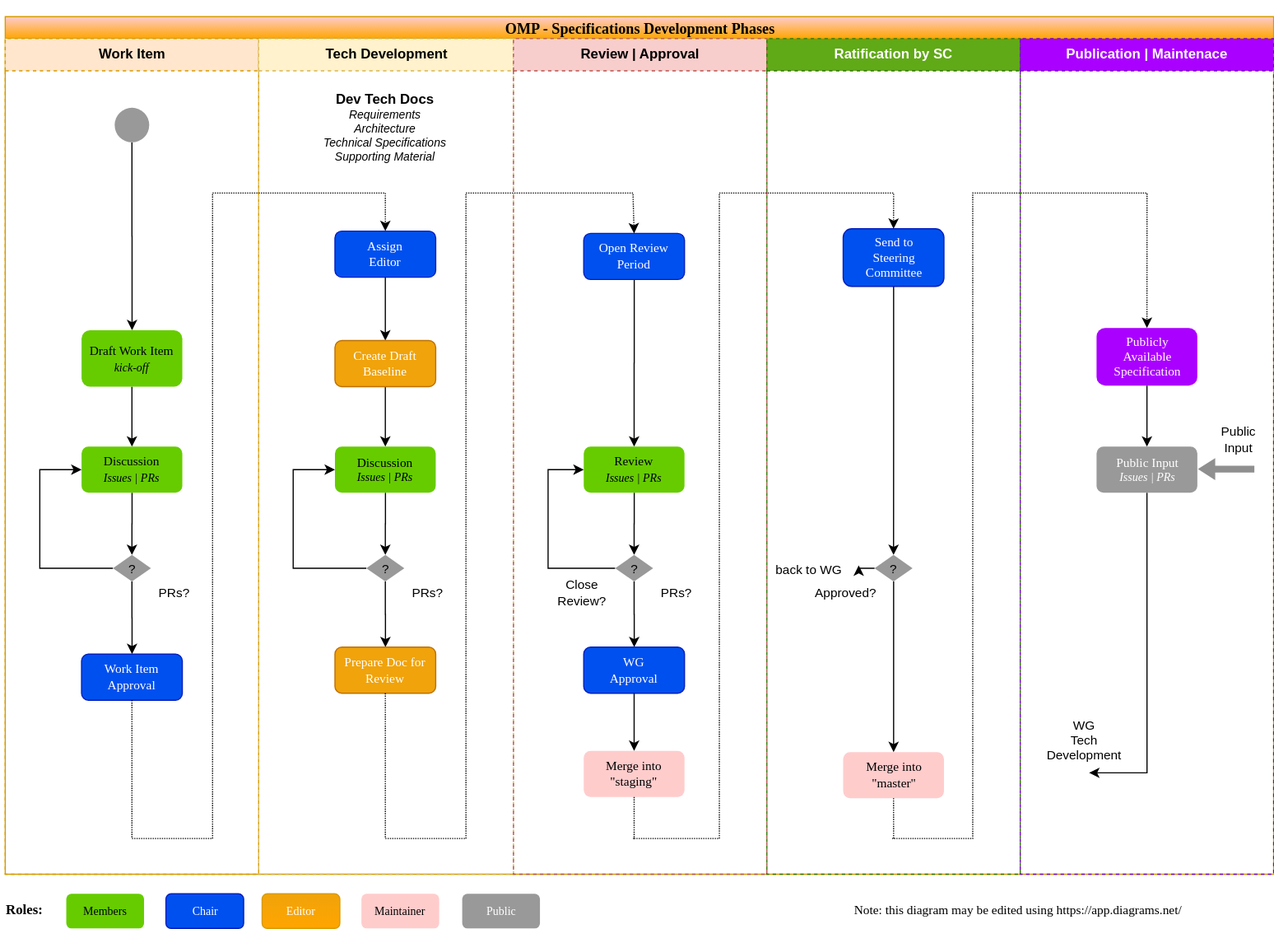
Before: images/omp-dev-process.svg, a diagram exported from draw.io (pawanpurbey/rules_of_engagement). Source tidied: cells renumbered, new cells last; positions are measured from the earlier drawing's top-left corner, leaving out a move shared by most shapes.
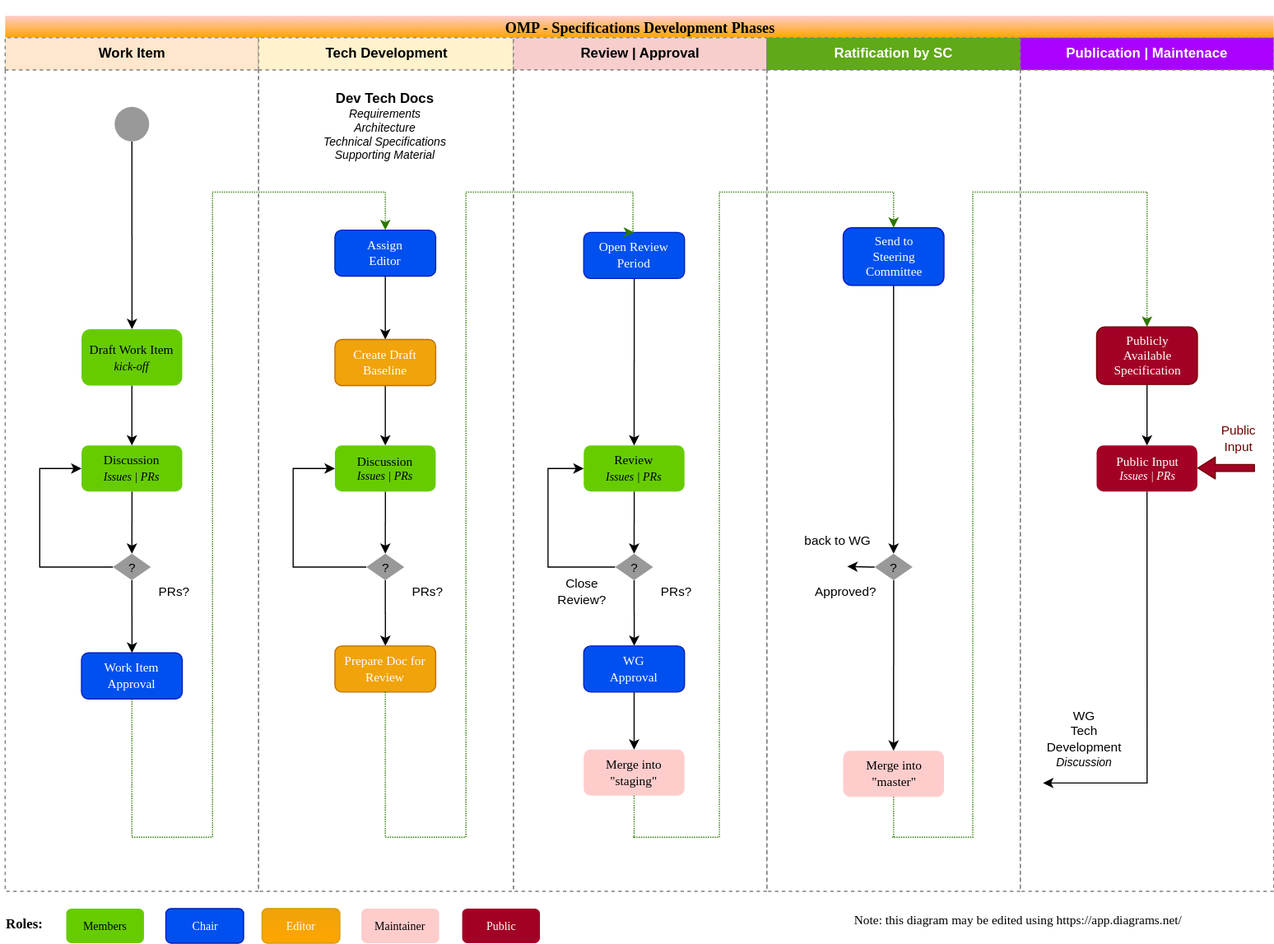
Later version of the same file.

Commit message:
update to omp development process diagram

The edit, as a diff of the source:
```diff
@@ -4,12 +4,16 @@
     <mxCell id="1" parent="0" />
     <mxCell id="2" style="edgeStyle=orthogonalEdgeStyle;rounded=0;jettySize=auto;html=1;exitX=0;exitY=0.5;exitDx=0;exitDy=0;fontSize=11;" parent="1" edge="1" source="57">
       <mxGeometry relative="1" as="geometry">
-        <mxPoint x="744" y="476" as="targetPoint" />
+        <mxPoint x="734" y="468" as="targetPoint" />
+        <Array as="points">
+          <mxPoint x="754" y="468" />
+          <mxPoint x="734" y="468" />
+        </Array>
       </mxGeometry>
     </mxCell>
     <mxCell id="3" style="edgeStyle=orthogonalEdgeStyle;rounded=0;jettySize=auto;html=1;exitX=0.5;exitY=1;exitDx=0;exitDy=0;fontSize=11;" parent="1" edge="1" source="65">
       <mxGeometry relative="1" as="geometry">
-        <mxPoint x="944" y="656" as="targetPoint" />
+        <mxPoint x="904" y="656" as="targetPoint" />
         <Array as="points">
           <mxPoint x="994" y="656" />
         </Array>
@@ -22,13 +26,13 @@
       <mxGeometry x="524" y="546" width="40" height="20" as="geometry" />
     </mxCell>
     <mxCell id="6" value="&lt;font style=&quot;font-size: 12px&quot;&gt;&lt;b&gt;Roles:&lt;/b&gt;&lt;/font&gt;" style="text;html=1;strokeColor=none;fillColor=none;align=center;verticalAlign=middle;whiteSpace=wrap;rounded=0;shadow=0;fontFamily=Verdana;fontSize=11;" parent="1" vertex="1">
-      <mxGeometry y="765" width="40" height="20" as="geometry" />
+      <mxGeometry y="769" width="40" height="20" as="geometry" />
     </mxCell>
-    <mxCell id="7" value="&lt;div&gt;&lt;font style=&quot;font-size: 13px&quot;&gt;&lt;br&gt;&lt;/font&gt;&lt;/div&gt;&lt;div&gt;&lt;font style=&quot;font-size: 13px&quot;&gt;OMP - Specifications Development Phases&lt;br&gt;&lt;/font&gt;&lt;/div&gt;&lt;div&gt;&lt;font style=&quot;font-size: 13px&quot;&gt;&lt;br&gt;&lt;/font&gt;&lt;/div&gt;" style="swimlane;html=1;startSize=19;rounded=0;shadow=0;labelBackgroundColor=none;strokeWidth=1;fontFamily=Verdana;fontSize=8;align=center;verticalAlign=middle;horizontal=1;fillColor=#FFCCCC;gradientColor=#ffa500;strokeColor=#d79b00;" parent="1" vertex="1">
-      <mxGeometry x="3" width="1101.2" height="744" as="geometry" />
+    <mxCell id="7" value="&lt;div&gt;&lt;font style=&quot;font-size: 13px&quot;&gt;&lt;br&gt;&lt;/font&gt;&lt;/div&gt;&lt;div&gt;&lt;font style=&quot;font-size: 13px&quot;&gt;OMP - Specifications Development Phases&lt;br&gt;&lt;/font&gt;&lt;/div&gt;&lt;div&gt;&lt;font style=&quot;font-size: 13px&quot;&gt;&lt;br&gt;&lt;/font&gt;&lt;/div&gt;" style="swimlane;html=1;startSize=19;rounded=0;shadow=0;labelBackgroundColor=none;strokeWidth=1;fontFamily=Verdana;fontSize=8;align=center;verticalAlign=middle;horizontal=1;fillColor=#FFCCCC;gradientColor=#ffa500;strokeColor=none;" parent="1" vertex="1">
+      <mxGeometry x="3" y="-10" width="1101.2" height="760" as="geometry" />
     </mxCell>
-    <mxCell id="8" value="Work Item" style="swimlane;html=1;startSize=28;dashed=1;strokeColor=#d79b00;fillColor=#ffe6cc;" parent="7" vertex="1">
-      <mxGeometry y="19" width="220" height="725" as="geometry" />
+    <mxCell id="8" value="Work Item" style="swimlane;html=1;startSize=28;dashed=1;strokeColor=#808080;fillColor=#ffe6cc;" parent="7" vertex="1">
+      <mxGeometry y="19" width="220" height="741" as="geometry" />
     </mxCell>
     <mxCell id="9" style="edgeStyle=orthogonalEdgeStyle;rounded=0;jettySize=auto;html=1;exitX=0;exitY=0.5;exitDx=0;exitDy=0;entryX=0;entryY=0.5;entryDx=0;entryDy=0;fontSize=11;" parent="8" edge="1" source="20" target="18">
       <mxGeometry relative="1" as="geometry">
@@ -51,7 +55,7 @@
       <mxGeometry relative="1" as="geometry" />
     </mxCell>
     <mxCell id="14" value="&lt;font style=&quot;font-size: 10px&quot;&gt;Members&lt;/font&gt;" style="rounded=1;whiteSpace=wrap;html=1;shadow=0;labelBackgroundColor=none;strokeWidth=1;fontFamily=Verdana;fontSize=8;align=center;fillColor=#66CC00;strokeColor=none;" parent="8" vertex="1">
-      <mxGeometry x="53" y="742" width="67.5" height="30" as="geometry" />
+      <mxGeometry x="53" y="756" width="67.5" height="30" as="geometry" />
     </mxCell>
     <mxCell id="15" style="ellipse;whiteSpace=wrap;html=1;fillColor=#999999;strokeColor=none;" parent="8" vertex="1">
       <mxGeometry x="95" y="60" width="30" height="30" as="geometry" />
@@ -72,16 +76,16 @@
       <mxGeometry x="93.5" y="448" width="33" height="23" as="geometry" />
     </mxCell>
     <mxCell id="21" value="&lt;font style=&quot;font-size: 10px&quot;&gt;Chair&lt;/font&gt;" style="rounded=1;whiteSpace=wrap;html=1;shadow=0;labelBackgroundColor=none;strokeWidth=1;fontFamily=Verdana;fontSize=8;align=center;fillColor=#0050ef;strokeColor=#001DBC;fontColor=#ffffff;" parent="8" vertex="1">
-      <mxGeometry x="139.5" y="742" width="67.5" height="30" as="geometry" />
+      <mxGeometry x="139.5" y="756" width="67.5" height="30" as="geometry" />
     </mxCell>
-    <mxCell id="22" value="Tech Development" style="swimlane;html=1;startSize=28;dashed=1;strokeColor=#d6b656;fillColor=#fff2cc;" parent="7" vertex="1">
-      <mxGeometry x="220" y="19" width="221.2" height="725" as="geometry" />
+    <mxCell id="22" value="Tech Development" style="swimlane;html=1;startSize=28;dashed=1;strokeColor=#808080;fillColor=#fff2cc;" parent="7" vertex="1">
+      <mxGeometry x="220" y="19" width="221.2" height="741" as="geometry" />
     </mxCell>
     <mxCell id="23" style="edgeStyle=orthogonalEdgeStyle;rounded=0;jettySize=auto;html=1;fontSize=11;" parent="22" edge="1" source="25" target="27">
       <mxGeometry relative="1" as="geometry" />
     </mxCell>
     <mxCell id="24" value="&lt;font style=&quot;font-size: 10px&quot; color=&quot;#FFFFFF&quot;&gt;Editor&lt;/font&gt;" style="rounded=1;whiteSpace=wrap;html=1;shadow=0;labelBackgroundColor=none;strokeWidth=1;fontFamily=Verdana;fontSize=8;align=center;fillColor=#F0A30A;strokeColor=#d79b00;gradientColor=#ffa500;" parent="22" vertex="1">
-      <mxGeometry x="3" y="742" width="67.5" height="30" as="geometry" />
+      <mxGeometry x="3" y="756" width="67.5" height="30" as="geometry" />
     </mxCell>
     <mxCell id="25" value="&lt;div&gt;&lt;font style=&quot;font-size: 11px&quot;&gt;Assign&lt;/font&gt;&lt;/div&gt;&lt;div&gt;&lt;font style=&quot;font-size: 11px&quot;&gt;Editor&lt;/font&gt;&lt;/div&gt;" style="rounded=1;whiteSpace=wrap;html=1;shadow=0;labelBackgroundColor=none;strokeWidth=1;fontFamily=Verdana;fontSize=8;align=center;fillColor=#0050ef;strokeColor=#001DBC;fontColor=#ffffff;" parent="22" vertex="1">
       <mxGeometry x="66.2" y="167" width="87.5" height="40" as="geometry" />
@@ -119,16 +123,16 @@
       <mxGeometry x="25" y="67" width="170" height="20" as="geometry" />
     </mxCell>
     <mxCell id="35" value="&lt;font style=&quot;font-size: 10px&quot;&gt;Maintainer&lt;/font&gt;" style="rounded=1;whiteSpace=wrap;html=1;shadow=0;labelBackgroundColor=none;strokeWidth=1;fontFamily=Verdana;fontSize=8;align=center;fillColor=#FFCCCC;strokeColor=none;gradientColor=none;" parent="22" vertex="1">
-      <mxGeometry x="89.2" y="742" width="67.5" height="30" as="geometry" />
+      <mxGeometry x="89.2" y="756" width="67.5" height="30" as="geometry" />
     </mxCell>
     <mxCell id="36" value="PRs?" style="text;html=1;strokeColor=none;fillColor=none;align=center;verticalAlign=middle;whiteSpace=wrap;rounded=0;dashed=1;fontSize=11;" parent="22" vertex="1">
       <mxGeometry x="126.5" y="471" width="40" height="20" as="geometry" />
     </mxCell>
-    <mxCell id="37" value="&lt;font style=&quot;font-size: 10px&quot; color=&quot;#FFFFFF&quot;&gt;Public&lt;/font&gt;" style="rounded=1;whiteSpace=wrap;html=1;shadow=0;labelBackgroundColor=none;strokeWidth=1;fontFamily=Verdana;fontSize=8;align=center;fillColor=#999999;strokeColor=none;gradientColor=none;" parent="22" vertex="1">
-      <mxGeometry x="176.8" y="742" width="67.5" height="30" as="geometry" />
+    <mxCell id="37" value="&lt;font style=&quot;font-size: 10px&quot; color=&quot;#FFFFFF&quot;&gt;Public&lt;/font&gt;" style="rounded=1;whiteSpace=wrap;html=1;shadow=0;labelBackgroundColor=none;strokeWidth=1;fontFamily=Verdana;fontSize=8;align=center;fillColor=#a20025;strokeColor=none;fontColor=#ffffff;" parent="22" vertex="1">
+      <mxGeometry x="176.8" y="756" width="67.5" height="30" as="geometry" />
     </mxCell>
-    <mxCell id="38" value="Review | Approval" style="swimlane;html=1;startSize=28;dashed=1;strokeColor=#b85450;fillColor=#f8cecc;" parent="7" vertex="1">
-      <mxGeometry x="441.2" y="19" width="220" height="725" as="geometry" />
+    <mxCell id="38" value="Review | Approval" style="swimlane;html=1;startSize=28;dashed=1;strokeColor=#808080;fillColor=#f8cecc;" parent="7" vertex="1">
+      <mxGeometry x="441.2" y="19" width="220" height="741" as="geometry" />
     </mxCell>
     <mxCell id="39" style="edgeStyle=orthogonalEdgeStyle;rounded=0;jettySize=auto;html=1;fontSize=11;entryX=0.5;entryY=0;entryDx=0;entryDy=0;" parent="38" edge="1" source="45" target="44">
       <mxGeometry relative="1" as="geometry" />
@@ -171,18 +175,18 @@
     <mxCell id="50" value="PRs?" style="text;html=1;strokeColor=none;fillColor=none;align=center;verticalAlign=middle;whiteSpace=wrap;rounded=0;dashed=1;fontSize=11;" parent="38" vertex="1">
       <mxGeometry x="121.2" y="471" width="40" height="20" as="geometry" />
     </mxCell>
-    <mxCell id="51" value="Ratification by SC" style="swimlane;html=1;startSize=28;dashed=1;strokeColor=#2D7600;fillColor=#60a917;fontColor=#ffffff;" parent="7" vertex="1">
-      <mxGeometry x="661.2" y="19" width="220" height="725" as="geometry" />
+    <mxCell id="51" value="Ratification by SC" style="swimlane;html=1;startSize=28;dashed=1;strokeColor=#808080;fillColor=#60a917;fontColor=#ffffff;" parent="7" vertex="1">
+      <mxGeometry x="661.2" y="19" width="220" height="741" as="geometry" />
     </mxCell>
     <mxCell id="52" style="edgeStyle=orthogonalEdgeStyle;rounded=0;jettySize=auto;html=1;fontSize=11;entryX=0.5;entryY=0;entryDx=0;entryDy=0;" parent="51" edge="1" source="58" target="57">
       <mxGeometry relative="1" as="geometry" />
     </mxCell>
+    <mxCell id="54" style="edgeStyle=orthogonalEdgeStyle;rounded=0;jettySize=auto;html=1;fontSize=11;" parent="51" edge="1" source="57" target="56">
+      <mxGeometry relative="1" as="geometry" />
+    </mxCell>
     <mxCell id="53" value="back to WG" style="text;html=1;strokeColor=none;fillColor=none;align=center;verticalAlign=middle;whiteSpace=wrap;rounded=0;dashed=1;fontSize=11;" parent="51" vertex="1">
-      <mxGeometry x="6.2" y="451" width="60" height="20" as="geometry" />
+      <mxGeometry x="31.8" y="427" width="60" height="20" as="geometry" />
     </mxCell>
-    <mxCell id="54" style="edgeStyle=orthogonalEdgeStyle;rounded=0;jettySize=auto;html=1;fontSize=11;" parent="51" edge="1" source="57" target="56">
-      <mxGeometry relative="1" as="geometry" />
-    </mxCell>
     <mxCell id="55" value="Approved?" style="text;html=1;strokeColor=none;fillColor=none;align=center;verticalAlign=middle;whiteSpace=wrap;rounded=0;dashed=1;fontSize=11;" parent="51" vertex="1">
       <mxGeometry x="49" y="471" width="40" height="20" as="geometry" />
     </mxCell>
@@ -195,7 +199,7 @@
     <mxCell id="58" value="&lt;div style=&quot;font-size: 11px&quot;&gt;&lt;font style=&quot;font-size: 11px&quot;&gt;Send to &lt;br&gt;&lt;/font&gt;&lt;/div&gt;&lt;div style=&quot;font-size: 11px&quot;&gt;&lt;font style=&quot;font-size: 11px&quot;&gt;Steering &lt;br&gt;&lt;/font&gt;&lt;/div&gt;&lt;div style=&quot;font-size: 11px&quot;&gt;&lt;font style=&quot;font-size: 11px&quot;&gt;Committee&lt;br&gt;&lt;/font&gt;&lt;/div&gt;" style="rounded=1;whiteSpace=wrap;html=1;shadow=0;labelBackgroundColor=none;strokeWidth=1;fontFamily=Verdana;fontSize=8;align=center;fillColor=#0050ef;strokeColor=#001DBC;fontColor=#ffffff;" parent="51" vertex="1">
       <mxGeometry x="66.2" y="165" width="87.5" height="50" as="geometry" />
     </mxCell>
-    <mxCell id="59" style="edgeStyle=orthogonalEdgeStyle;rounded=0;jettySize=auto;html=1;exitX=0.5;exitY=1;exitDx=0;exitDy=0;fontSize=11;entryX=0.5;entryY=0;entryDx=0;entryDy=0;dashed=1;dashPattern=1 1;" parent="7" edge="1" source="17" target="25">
+    <mxCell id="59" style="edgeStyle=orthogonalEdgeStyle;rounded=0;jettySize=auto;html=1;exitX=0.5;exitY=1;exitDx=0;exitDy=0;fontSize=11;entryX=0.5;entryY=0;entryDx=0;entryDy=0;dashed=1;dashPattern=1 1;fillColor=#60a917;strokeColor=#2D7600;" parent="7" edge="1" source="17" target="25">
       <mxGeometry relative="1" as="geometry">
         <Array as="points">
           <mxPoint x="110" y="713" />
@@ -205,7 +209,7 @@
         </Array>
       </mxGeometry>
     </mxCell>
-    <mxCell id="60" style="edgeStyle=orthogonalEdgeStyle;rounded=0;jettySize=auto;html=1;exitX=0.5;exitY=1;exitDx=0;exitDy=0;entryX=0.5;entryY=0;entryDx=0;entryDy=0;fontSize=11;dashed=1;dashPattern=1 1;" parent="7" edge="1" source="33" target="47">
+    <mxCell id="60" style="edgeStyle=orthogonalEdgeStyle;rounded=0;jettySize=auto;html=1;exitX=0.5;exitY=1;exitDx=0;exitDy=0;entryX=0.5;entryY=0;entryDx=0;entryDy=0;fontSize=11;dashed=1;dashPattern=1 1;fillColor=#60a917;strokeColor=#2D7600;" parent="7" edge="1" source="33" target="47">
       <mxGeometry relative="1" as="geometry">
         <Array as="points">
           <mxPoint x="330" y="713" />
@@ -215,7 +219,7 @@
         </Array>
       </mxGeometry>
     </mxCell>
-    <mxCell id="61" style="edgeStyle=orthogonalEdgeStyle;rounded=0;jettySize=auto;html=1;exitX=0.5;exitY=1;exitDx=0;exitDy=0;entryX=0.5;entryY=0;entryDx=0;entryDy=0;fontSize=11;dashed=1;dashPattern=1 1;" parent="7" edge="1" source="43" target="58">
+    <mxCell id="61" style="edgeStyle=orthogonalEdgeStyle;rounded=0;jettySize=auto;html=1;exitX=0.5;exitY=1;exitDx=0;exitDy=0;entryX=0.5;entryY=0;entryDx=0;entryDy=0;fontSize=11;dashed=1;dashPattern=1 1;fillColor=#60a917;strokeColor=#2D7600;" parent="7" edge="1" source="43" target="58">
       <mxGeometry relative="1" as="geometry">
         <Array as="points">
           <mxPoint x="545" y="713" />
@@ -225,7 +229,7 @@
         </Array>
       </mxGeometry>
     </mxCell>
-    <mxCell id="62" style="edgeStyle=orthogonalEdgeStyle;rounded=0;jettySize=auto;html=1;exitX=0.5;exitY=1;exitDx=0;exitDy=0;entryX=0.5;entryY=0;entryDx=0;entryDy=0;dashed=1;dashPattern=1 1;fontSize=11;" parent="7" edge="1" source="56" target="68">
+    <mxCell id="62" style="edgeStyle=orthogonalEdgeStyle;rounded=0;jettySize=auto;html=1;exitX=0.5;exitY=1;exitDx=0;exitDy=0;entryX=0.5;entryY=0;entryDx=0;entryDy=0;dashed=1;dashPattern=1 1;fontSize=11;fillColor=#60a917;strokeColor=#2D7600;" parent="7" edge="1" source="56" target="68">
       <mxGeometry relative="1" as="geometry">
         <Array as="points">
           <mxPoint x="770" y="713" />
@@ -235,28 +239,28 @@
         </Array>
       </mxGeometry>
     </mxCell>
-    <mxCell id="63" value="Publication | Maintenace" style="swimlane;html=1;startSize=28;dashed=1;strokeColor=#7700CC;fillColor=#AA00FF;fontColor=#ffffff;" parent="7" vertex="1">
-      <mxGeometry x="881.2" y="19" width="220" height="725" as="geometry" />
+    <mxCell id="63" value="Publication | Maintenace" style="swimlane;html=1;startSize=28;dashed=1;strokeColor=#808080;fillColor=#AA00FF;fontColor=#ffffff;" parent="7" vertex="1">
+      <mxGeometry x="881.2" y="19" width="220" height="741" as="geometry" />
     </mxCell>
-    <mxCell id="64" value="&lt;div&gt;WG&lt;/div&gt;&lt;div&gt;Tech&lt;/div&gt;&lt;div&gt;Development&lt;/div&gt;" style="text;html=1;strokeColor=none;fillColor=none;align=center;verticalAlign=middle;whiteSpace=wrap;rounded=0;dashed=1;fontSize=11;labelPosition=center;verticalLabelPosition=bottom;" parent="63" vertex="1">
+    <mxCell id="64" value="&lt;div&gt;WG&lt;/div&gt;&lt;div&gt;Tech&lt;/div&gt;&lt;div&gt;Developmen&lt;span&gt;t&lt;/span&gt;&lt;/div&gt;&lt;div&gt;&lt;span&gt;&lt;i&gt;&lt;font style=&quot;font-size: 10px&quot;&gt;Discussion&lt;/font&gt;&lt;/i&gt;&lt;/span&gt;&lt;/div&gt;" style="text;html=1;strokeColor=none;fillColor=none;align=center;verticalAlign=middle;whiteSpace=wrap;rounded=0;dashed=1;fontSize=11;labelPosition=center;verticalLabelPosition=bottom;" parent="63" vertex="1">
       <mxGeometry x="35.2" y="579" width="40" height="20" as="geometry" />
     </mxCell>
-    <mxCell id="65" value="&lt;div style=&quot;font-size: 11px&quot;&gt;&lt;font color=&quot;#FFFFFF&quot;&gt;Public Input&lt;/font&gt;&lt;/div&gt;&lt;div style=&quot;font-size: 10px&quot;&gt;&lt;font color=&quot;#FFFFFF&quot;&gt;&lt;i&gt;Issues | PRs&lt;/i&gt;&lt;br&gt;&lt;/font&gt;&lt;/div&gt;" style="rounded=1;whiteSpace=wrap;html=1;shadow=0;labelBackgroundColor=none;strokeWidth=1;fontFamily=Verdana;fontSize=8;align=center;fillColor=#999999;strokeColor=none;" parent="63" vertex="1">
+    <mxCell id="65" value="&lt;div style=&quot;font-size: 11px&quot;&gt;&lt;font color=&quot;#FFFFFF&quot;&gt;Public Input&lt;/font&gt;&lt;/div&gt;&lt;div style=&quot;font-size: 10px&quot;&gt;&lt;font color=&quot;#FFFFFF&quot;&gt;&lt;i&gt;Issues | PRs&lt;/i&gt;&lt;br&gt;&lt;/font&gt;&lt;/div&gt;" style="rounded=1;whiteSpace=wrap;html=1;shadow=0;labelBackgroundColor=none;strokeWidth=1;fontFamily=Verdana;fontSize=8;align=center;fillColor=#a20025;strokeColor=none;fontColor=#ffffff;" parent="63" vertex="1">
       <mxGeometry x="66.2" y="354" width="87.5" height="40" as="geometry" />
     </mxCell>
     <mxCell id="66" style="edgeStyle=orthogonalEdgeStyle;rounded=0;jettySize=auto;html=1;fontSize=11;" parent="63" edge="1" source="68" target="65">
       <mxGeometry relative="1" as="geometry" />
     </mxCell>
-    <mxCell id="67" style="shape=flexArrow;endArrow=classic;html=1;fontSize=11;endWidth=12;endSize=4.67;width=6;fillColor=#8F8F8F;strokeColor=none;" parent="63" edge="1">
+    <mxCell id="67" style="shape=flexArrow;endArrow=classic;html=1;fontSize=11;endWidth=12;endSize=4.67;width=6;fillColor=#a20025;strokeColor=#6F0000;" parent="63" edge="1">
       <mxGeometry relative="1" as="geometry">
         <mxPoint x="203.8" y="373.5" as="sourcePoint" />
         <mxPoint x="153.8" y="373.5" as="targetPoint" />
       </mxGeometry>
     </mxCell>
-    <mxCell id="68" value="&lt;div style=&quot;font-size: 11px&quot;&gt;&lt;font style=&quot;font-size: 11px&quot; color=&quot;#FFFFFF&quot;&gt;Publicly &lt;br&gt;&lt;/font&gt;&lt;/div&gt;&lt;div style=&quot;font-size: 11px&quot;&gt;&lt;font style=&quot;font-size: 11px&quot; color=&quot;#FFFFFF&quot;&gt;Available&lt;/font&gt;&lt;/div&gt;&lt;div style=&quot;font-size: 11px&quot;&gt;&lt;font style=&quot;font-size: 11px&quot; color=&quot;#FFFFFF&quot;&gt;Specification&lt;br&gt;&lt;/font&gt;&lt;/div&gt;" style="rounded=1;whiteSpace=wrap;html=1;shadow=0;labelBackgroundColor=none;strokeWidth=1;fontFamily=Verdana;fontSize=8;align=center;fillColor=#AA00FF;strokeColor=none;fontColor=#333333;" parent="63" vertex="1">
+    <mxCell id="68" value="&lt;div style=&quot;font-size: 11px&quot;&gt;&lt;font style=&quot;font-size: 11px&quot; color=&quot;#FFFFFF&quot;&gt;Publicly &lt;br&gt;&lt;/font&gt;&lt;/div&gt;&lt;div style=&quot;font-size: 11px&quot;&gt;&lt;font style=&quot;font-size: 11px&quot; color=&quot;#FFFFFF&quot;&gt;Available&lt;/font&gt;&lt;/div&gt;&lt;div style=&quot;font-size: 11px&quot;&gt;&lt;font style=&quot;font-size: 11px&quot; color=&quot;#FFFFFF&quot;&gt;Specification&lt;br&gt;&lt;/font&gt;&lt;/div&gt;" style="rounded=1;whiteSpace=wrap;html=1;shadow=0;labelBackgroundColor=none;strokeWidth=1;fontFamily=Verdana;fontSize=8;align=center;fillColor=#a20025;strokeColor=#6F0000;fontColor=#ffffff;" parent="63" vertex="1">
       <mxGeometry x="66.2" y="251" width="87.5" height="50" as="geometry" />
     </mxCell>
-    <mxCell id="69" value="&lt;div&gt;Public&lt;/div&gt;&lt;div&gt;Input&lt;br&gt;&lt;/div&gt;" style="text;html=1;strokeColor=none;fillColor=none;align=center;verticalAlign=middle;whiteSpace=wrap;rounded=0;dashed=1;fontSize=11;" parent="63" vertex="1">
+    <mxCell id="69" value="&lt;div&gt;&lt;font color=&quot;#6f0000&quot;&gt;Public&lt;/font&gt;&lt;/div&gt;&lt;div&gt;&lt;font color=&quot;#6f0000&quot;&gt;Input&lt;/font&gt;&lt;br&gt;&lt;/div&gt;" style="text;html=1;strokeColor=none;fillColor=none;align=center;verticalAlign=middle;whiteSpace=wrap;rounded=0;dashed=1;fontSize=11;fontColor=#ffffff;" parent="63" vertex="1">
       <mxGeometry x="170" y="338" width="40" height="20" as="geometry" />
     </mxCell>
     <mxCell id="70" value="Note: this diagram may be edited using https://app.diagrams.net/&amp;nbsp; " style="text;html=1;strokeColor=none;fillColor=none;align=center;verticalAlign=middle;whiteSpace=wrap;rounded=0;shadow=0;fontFamily=Verdana;fontSize=11;" parent="1" vertex="1">
```
